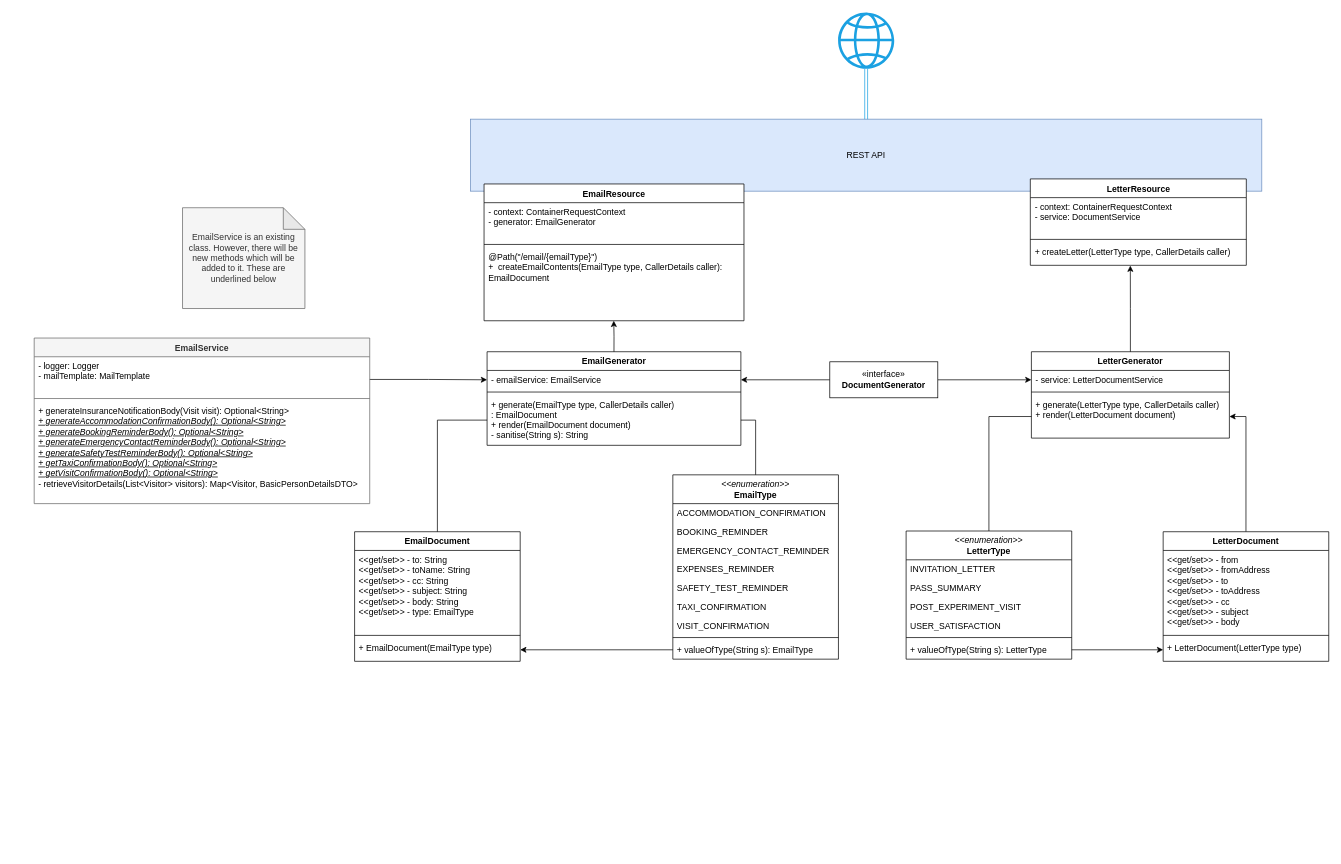
This is Document generation class diagram.drawio from ambolt314/FinalProjectDesign, a draw.io file, before an edit. Source tidied: cells renumbered, new cells numbered last; positions are measured from the earlier drawing's top-left corner, leaving out a move shared by most shapes. Both pictures are drawn from the tidied source at 72%, with x=0, y=0 at pixel (34, 12).
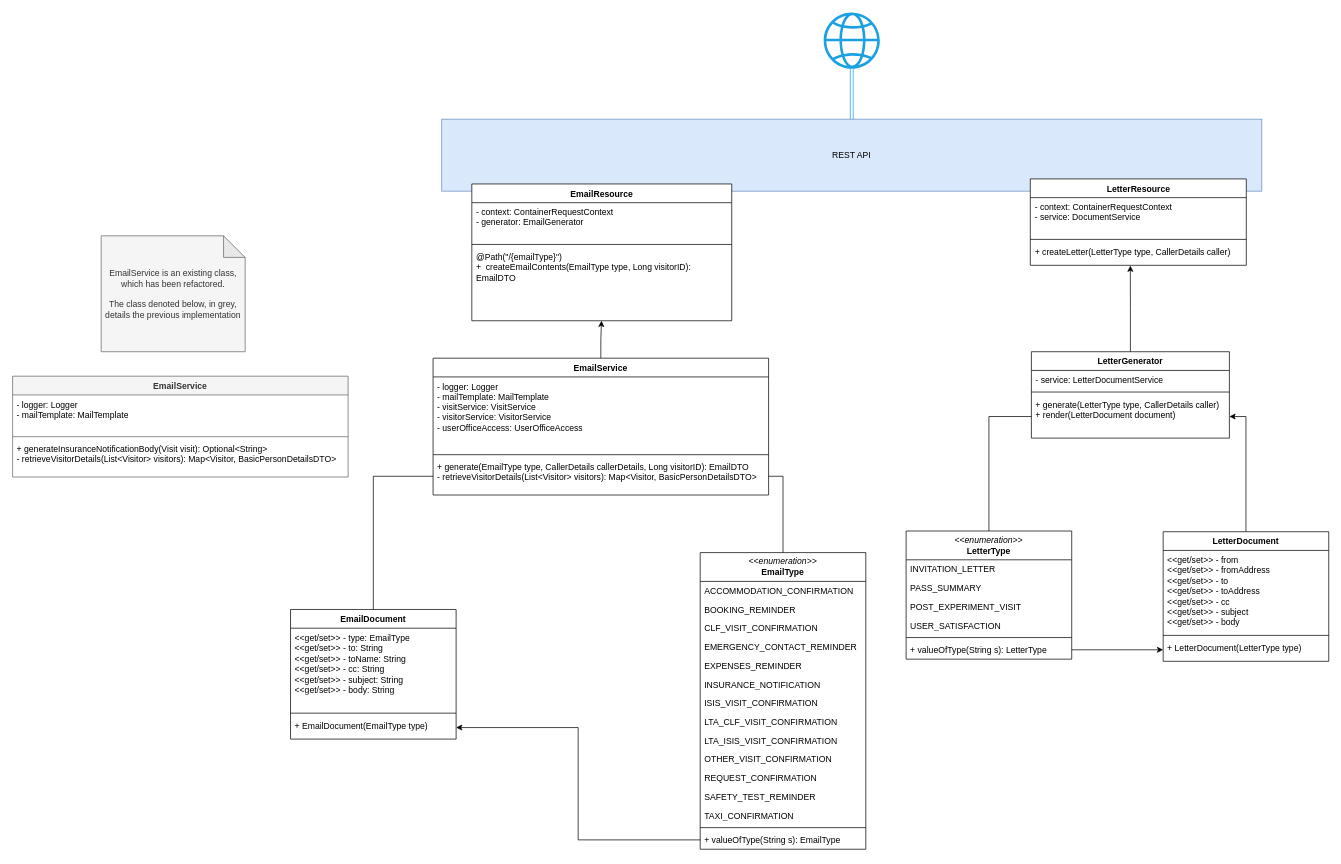
Above is the later version.

Commit message:
Updated email design

The change refers to these unchanged cells:
```xml
<mxCell id="10" value="+ EmailDocument(EmailType type)" style="text;strokeColor=none;fillColor=none;align=left;verticalAlign=top;spacingLeft=4;spacingRight=4;overflow=hidden;points=[[0,0.5],[1,0.5]];portConstraint=eastwest;whiteSpace=wrap;html=1;" parent="7" vertex="1">
  <mxGeometry y="148" width="230" height="32" as="geometry" />
</mxCell>
<mxCell id="48" value="- service: LetterDocumentService" style="text;strokeColor=none;fillColor=none;align=left;verticalAlign=top;spacingLeft=4;spacingRight=4;overflow=hidden;points=[[0,0.5],[1,0.5]];portConstraint=eastwest;whiteSpace=wrap;html=1;" parent="47" vertex="1">
  <mxGeometry y="26" width="275" height="26" as="geometry" />
</mxCell>
```

Diff of the diagram source:
```diff
@@
     <mxCell id="2" value="REST API" style="html=1;whiteSpace=wrap;fillColor=#dae8fc;strokeColor=#6c8ebf;" parent="1" vertex="1">
-      <mxGeometry x="606" y="148" width="1099" height="100" as="geometry" />
+      <mxGeometry x="566" y="148" width="1139" height="100" as="geometry" />
     </mxCell>
     <mxCell id="3" value="EmailResource" style="swimlane;fontStyle=1;align=center;verticalAlign=top;horizontal=1;startSize=26;whiteSpace=wrap;html=1;" parent="1" vertex="1">
-      <mxGeometry x="624.8" y="238" width="361" height="190" as="geometry" />
+      <mxGeometry x="607.8" y="238" width="361" height="190" as="geometry" />
     </mxCell>
@@
-    <mxCell id="6" value="&lt;div&gt;@Path(&quot;/email/{emailType}&quot;)&lt;/div&gt;&lt;div&gt;+&amp;nbsp; createEmailContents(EmailType type, CallerDetails caller): EmailDocument&lt;/div&gt;" style="text;strokeColor=none;fillColor=none;align=left;verticalAlign=top;spacingLeft=4;spacingRight=4;overflow=hidden;points=[[0,0.5],[1,0.5]];portConstraint=eastwest;whiteSpace=wrap;html=1;" parent="3" vertex="1">
+    <mxCell id="6" value="&lt;div&gt;@Path(&quot;/{emailType}&quot;)&lt;/div&gt;&lt;div&gt;+&amp;nbsp; createEmailContents(EmailType type, Long visitorID): EmailDTO&lt;/div&gt;" style="text;strokeColor=none;fillColor=none;align=left;verticalAlign=top;spacingLeft=4;spacingRight=4;overflow=hidden;points=[[0,0.5],[1,0.5]];portConstraint=eastwest;whiteSpace=wrap;html=1;" parent="3" vertex="1">
       <mxGeometry y="88" width="361" height="102" as="geometry" />
     </mxCell>
     <mxCell id="7" value="EmailDocument" style="swimlane;fontStyle=1;align=center;verticalAlign=top;horizontal=1;startSize=26;whiteSpace=wrap;html=1;" parent="1" vertex="1">
-      <mxGeometry x="445" y="721" width="230" height="180" as="geometry" />
+      <mxGeometry x="356" y="829" width="230" height="180" as="geometry" />
     </mxCell>
-    <mxCell id="8" value="&lt;div&gt;&amp;lt;&amp;lt;get/set&amp;gt;&amp;gt; - to: String&lt;br&gt;&lt;/div&gt;&lt;div&gt;&amp;lt;&amp;lt;get/set&amp;gt;&amp;gt; - toName: String&lt;br&gt;&lt;/div&gt;&lt;div&gt;&amp;lt;&amp;lt;get/set&amp;gt;&amp;gt; - cc: String&lt;br&gt;&lt;/div&gt;&lt;div&gt;&amp;lt;&amp;lt;get/set&amp;gt;&amp;gt; - subject: String&lt;br&gt;&lt;/div&gt;&lt;div&gt;&amp;lt;&amp;lt;get/set&amp;gt;&amp;gt; - body: String&lt;br&gt;&lt;/div&gt;&lt;div&gt;&amp;lt;&amp;lt;get/set&amp;gt;&amp;gt; - type: EmailType&lt;br&gt;&lt;/div&gt;" style="text;strokeColor=none;fillColor=none;align=left;verticalAlign=top;spacingLeft=4;spacingRight=4;overflow=hidden;whiteSpace=wrap;html=1;" parent="7" vertex="1">
+    <mxCell id="8" value="&lt;div&gt;&amp;lt;&amp;lt;get/set&amp;gt;&amp;gt; - type: EmailType&lt;/div&gt;&lt;div&gt;&amp;lt;&amp;lt;get/set&amp;gt;&amp;gt; - to: String&lt;br&gt;&lt;/div&gt;&lt;div&gt;&amp;lt;&amp;lt;get/set&amp;gt;&amp;gt; - toName: String&lt;br&gt;&lt;/div&gt;&lt;div&gt;&amp;lt;&amp;lt;get/set&amp;gt;&amp;gt; - cc: String&lt;br&gt;&lt;/div&gt;&lt;div&gt;&amp;lt;&amp;lt;get/set&amp;gt;&amp;gt; - subject: String&lt;br&gt;&lt;/div&gt;&lt;div&gt;&amp;lt;&amp;lt;get/set&amp;gt;&amp;gt; - body: String&lt;/div&gt;" style="text;strokeColor=none;fillColor=none;align=left;verticalAlign=top;spacingLeft=4;spacingRight=4;overflow=hidden;whiteSpace=wrap;html=1;" parent="7" vertex="1">
       <mxGeometry y="26" width="230" height="114" as="geometry" />
     </mxCell>
@@
-    <mxCell id="11" style="edgeStyle=orthogonalEdgeStyle;rounded=0;jettySize=auto;html=1;entryX=0;entryY=0.5;entryDx=0;entryDy=0;exitX=0.5;exitY=0;exitDx=0;exitDy=0;startArrow=none;startFill=0;endArrow=none;endFill=0;" parent="1" edge="1" source="7" target="46">
+    <mxCell id="11" style="edgeStyle=orthogonalEdgeStyle;rounded=0;jettySize=auto;html=1;entryX=0;entryY=0.5;entryDx=0;entryDy=0;exitX=0.5;exitY=0;exitDx=0;exitDy=0;startArrow=none;startFill=0;endArrow=none;endFill=0;" parent="1" edge="1" source="7" target="73">
       <mxGeometry relative="1" as="geometry" />
     </mxCell>
@@
     <mxCell id="13" style="sketch=0;outlineConnect=0;fillColor=#1BA1E2;strokeColor=#006EAF;dashed=0;verticalLabelPosition=bottom;verticalAlign=top;align=center;html=1;fontSize=12;fontStyle=0;shape=mxgraph.aws4.globe;fontColor=#ffffff;" parent="1" vertex="1">
-      <mxGeometry x="1116.5" width="78" height="78" as="geometry" />
+      <mxGeometry x="1096.5" width="78" height="78" as="geometry" />
     </mxCell>
-    <mxCell id="14" style="edgeStyle=orthogonalEdgeStyle;rounded=0;jettySize=auto;html=1;endArrow=none;endFill=0;" parent="1" edge="1" source="15" target="46">
+    <mxCell id="14" style="edgeStyle=orthogonalEdgeStyle;rounded=0;jettySize=auto;html=1;endArrow=none;endFill=0;entryX=1;entryY=0.5;entryDx=0;entryDy=0;" parent="1" edge="1" source="15" target="73">
       <mxGeometry relative="1" as="geometry" />
     </mxCell>
     <mxCell id="15" value="&lt;div&gt;&lt;i&gt;&amp;lt;&amp;lt;enumeration&amp;gt;&amp;gt;&lt;/i&gt;&lt;/div&gt;&lt;div&gt;&lt;b&gt;EmailType&lt;/b&gt;&lt;br&gt;&lt;/div&gt;" style="swimlane;fontStyle=0;horizontal=1;startSize=40;fillColor=none;whiteSpace=wrap;html=1;" parent="1" vertex="1">
-      <mxGeometry x="887" y="642" width="230" height="256" as="geometry" />
+      <mxGeometry x="925" y="750" width="230" height="412" as="geometry" />
     </mxCell>
@@
+    <mxCell id="63" value="CLF_VISIT_CONFIRMATION" style="text;strokeColor=none;fillColor=none;align=left;verticalAlign=top;spacingLeft=4;spacingRight=4;overflow=hidden;whiteSpace=wrap;html=1;" parent="15" vertex="1">
+      <mxGeometry y="92" width="230" height="26" as="geometry" />
+    </mxCell>
     <mxCell id="18" value="EMERGENCY_CONTACT_REMINDER" style="text;strokeColor=none;fillColor=none;align=left;verticalAlign=top;spacingLeft=4;spacingRight=4;overflow=hidden;whiteSpace=wrap;html=1;" parent="15" vertex="1">
-      <mxGeometry y="92" width="230" height="26" as="geometry" />
+      <mxGeometry y="118" width="230" height="26" as="geometry" />
     </mxCell>
     <mxCell id="19" value="EXPENSES_REMINDER" style="text;strokeColor=none;fillColor=none;align=left;verticalAlign=top;spacingLeft=4;spacingRight=4;overflow=hidden;whiteSpace=wrap;html=1;" parent="15" vertex="1">
-      <mxGeometry y="118" width="230" height="26" as="geometry" />
+      <mxGeometry y="144" width="230" height="26" as="geometry" />
     </mxCell>
+    <mxCell id="64" value="INSURANCE_NOTIFICATION" style="text;strokeColor=none;fillColor=none;align=left;verticalAlign=top;spacingLeft=4;spacingRight=4;overflow=hidden;whiteSpace=wrap;html=1;" parent="15" vertex="1">
+      <mxGeometry y="170" width="230" height="26" as="geometry" />
+    </mxCell>
+    <mxCell id="65" value="ISIS_VISIT_CONFIRMATION" style="text;strokeColor=none;fillColor=none;align=left;verticalAlign=top;spacingLeft=4;spacingRight=4;overflow=hidden;whiteSpace=wrap;html=1;" parent="15" vertex="1">
+      <mxGeometry y="196" width="230" height="26" as="geometry" />
+    </mxCell>
+    <mxCell id="66" value="LTA_CLF_VISIT_CONFIRMATION" style="text;strokeColor=none;fillColor=none;align=left;verticalAlign=top;spacingLeft=4;spacingRight=4;overflow=hidden;whiteSpace=wrap;html=1;" parent="15" vertex="1">
+      <mxGeometry y="222" width="230" height="26" as="geometry" />
+    </mxCell>
+    <mxCell id="67" value="LTA_ISIS_VISIT_CONFIRMATION" style="text;strokeColor=none;fillColor=none;align=left;verticalAlign=top;spacingLeft=4;spacingRight=4;overflow=hidden;whiteSpace=wrap;html=1;" parent="15" vertex="1">
+      <mxGeometry y="248" width="230" height="26" as="geometry" />
+    </mxCell>
+    <mxCell id="68" value="OTHER_VISIT_CONFIRMATION" style="text;strokeColor=none;fillColor=none;align=left;verticalAlign=top;spacingLeft=4;spacingRight=4;overflow=hidden;whiteSpace=wrap;html=1;" parent="15" vertex="1">
+      <mxGeometry y="274" width="230" height="26" as="geometry" />
+    </mxCell>
+    <mxCell id="69" value="REQUEST_CONFIRMATION" style="text;strokeColor=none;fillColor=none;align=left;verticalAlign=top;spacingLeft=4;spacingRight=4;overflow=hidden;whiteSpace=wrap;html=1;" parent="15" vertex="1">
+      <mxGeometry y="300" width="230" height="26" as="geometry" />
+    </mxCell>
     <mxCell id="20" value="SAFETY_TEST_REMINDER" style="text;strokeColor=none;fillColor=none;align=left;verticalAlign=top;spacingLeft=4;spacingRight=4;overflow=hidden;whiteSpace=wrap;html=1;" parent="15" vertex="1">
-      <mxGeometry y="144" width="230" height="26" as="geometry" />
+      <mxGeometry y="326" width="230" height="26" as="geometry" />
     </mxCell>
     <mxCell id="21" value="TAXI_CONFIRMATION" style="text;strokeColor=none;fillColor=none;align=left;verticalAlign=top;spacingLeft=4;spacingRight=4;overflow=hidden;whiteSpace=wrap;html=1;" parent="15" vertex="1">
-      <mxGeometry y="170" width="230" height="26" as="geometry" />
+      <mxGeometry y="352" width="230" height="26" as="geometry" />
     </mxCell>
-    <mxCell id="22" value="VISIT_CONFIRMATION" style="text;strokeColor=none;fillColor=none;align=left;verticalAlign=top;spacingLeft=4;spacingRight=4;overflow=hidden;whiteSpace=wrap;html=1;" parent="15" vertex="1">
-      <mxGeometry y="196" width="230" height="26" as="geometry" />
-    </mxCell>
     <mxCell id="23" style="line;strokeWidth=1;fillColor=none;align=left;verticalAlign=middle;spacingTop=-1;spacingLeft=3;spacingRight=3;labelPosition=right;strokeColor=inherit;" parent="15" vertex="1">
-      <mxGeometry y="222" width="230" height="8" as="geometry" />
+      <mxGeometry y="378" width="230" height="8" as="geometry" />
     </mxCell>
     <mxCell id="24" value="+ valueOfType(String s): EmailType" style="text;strokeColor=none;fillColor=none;align=left;verticalAlign=top;spacingLeft=4;spacingRight=4;overflow=hidden;points=[[0,0.5],[1,0.5]];portConstraint=eastwest;whiteSpace=wrap;html=1;" parent="15" vertex="1">
-      <mxGeometry y="230" width="230" height="26" as="geometry" />
+      <mxGeometry y="386" width="230" height="26" as="geometry" />
     </mxCell>
@@
-    <mxCell id="43" value="EmailGenerator" style="swimlane;fontStyle=1;align=center;verticalAlign=top;horizontal=1;startSize=26;whiteSpace=wrap;html=1;" parent="1" vertex="1">
-      <mxGeometry x="629" y="471" width="352.5" height="130" as="geometry" />
-    </mxCell>
-    <mxCell id="44" value="- emailService: EmailService" style="text;strokeColor=none;fillColor=none;align=left;verticalAlign=top;spacingLeft=4;spacingRight=4;overflow=hidden;points=[[0,0.5],[1,0.5]];portConstraint=eastwest;whiteSpace=wrap;html=1;" parent="43" vertex="1">
-      <mxGeometry y="26" width="352.5" height="26" as="geometry" />
-    </mxCell>
-    <mxCell id="45" style="line;strokeWidth=1;fillColor=none;align=left;verticalAlign=middle;spacingTop=-1;spacingLeft=3;spacingRight=3;labelPosition=right;strokeColor=inherit;" parent="43" vertex="1">
-      <mxGeometry y="52" width="352.5" height="8" as="geometry" />
-    </mxCell>
-    <mxCell id="46" value="&lt;div&gt;+ generate(EmailType type, CallerDetails caller)&lt;br&gt;&lt;/div&gt;&lt;div&gt;: EmailDocument&lt;/div&gt;&lt;div&gt;+ render(EmailDocument document)&lt;/div&gt;&lt;div&gt;- sanitise(String s): String&lt;br&gt;&lt;/div&gt;" style="text;strokeColor=none;fillColor=none;align=left;verticalAlign=top;spacingLeft=4;spacingRight=4;overflow=hidden;points=[[0,0.5],[1,0.5]];portConstraint=eastwest;whiteSpace=wrap;html=1;" parent="43" vertex="1">
-      <mxGeometry y="60" width="352.5" height="70" as="geometry" />
-    </mxCell>
@@
-    <mxCell id="51" style="edgeStyle=orthogonalEdgeStyle;rounded=0;jettySize=auto;html=1;exitX=0.5;exitY=0;exitDx=0;exitDy=0;entryX=0.499;entryY=1;entryDx=0;entryDy=0;entryPerimeter=0;" parent="1" edge="1" source="43" target="6">
+    <mxCell id="51" style="edgeStyle=orthogonalEdgeStyle;rounded=0;jettySize=auto;html=1;exitX=0.5;exitY=0;exitDx=0;exitDy=0;entryX=0.499;entryY=1;entryDx=0;entryDy=0;entryPerimeter=0;" parent="1" edge="1" source="70" target="6">
       <mxGeometry relative="1" as="geometry" />
     </mxCell>
-    <mxCell id="52" style="edgeStyle=orthogonalEdgeStyle;rounded=0;jettySize=auto;html=1;exitX=1;exitY=0.25;exitDx=0;exitDy=0;entryX=0;entryY=0.5;entryDx=0;entryDy=0;" parent="1" edge="1" source="53" target="44">
-      <mxGeometry relative="1" as="geometry" />
-    </mxCell>
     <mxCell id="53" value="EmailService" style="swimlane;fontStyle=1;align=center;verticalAlign=top;horizontal=1;startSize=26;whiteSpace=wrap;html=1;fillColor=#f5f5f5;fontColor=#333333;strokeColor=#666666;" parent="1" vertex="1">
-      <mxGeometry y="452" width="466" height="230" as="geometry" />
+      <mxGeometry x="-30" y="505" width="466" height="140" as="geometry" />
     </mxCell>
@@
-    <mxCell id="56" value="&lt;div&gt;+ generateInsuranceNotificationBody(Visit visit): Optional&amp;lt;String&amp;gt;&lt;/div&gt;&lt;div&gt;&lt;u&gt;&lt;i&gt;+ generateAccommodationConfirmationBody(): Optional&amp;lt;String&amp;gt;&lt;/i&gt;&lt;/u&gt;&lt;/div&gt;&lt;div&gt;&lt;u&gt;&lt;i&gt;+ generateBookingReminderBody(): Optional&amp;lt;String&amp;gt;&lt;/i&gt;&lt;/u&gt;&lt;/div&gt;&lt;div&gt;&lt;u&gt;&lt;i&gt;+ generateEmergencyContactReminderBody(): Optional&amp;lt;String&amp;gt;&lt;/i&gt;&lt;/u&gt;&lt;/div&gt;&lt;div&gt;&lt;u&gt;&lt;i&gt;+ generateSafetyTestReminderBody(): Optional&amp;lt;String&amp;gt;&lt;/i&gt;&lt;/u&gt;&lt;/div&gt;&lt;div&gt;&lt;u&gt;&lt;i&gt;+ getTaxiConfirmationBody(): Optional&amp;lt;String&amp;gt;&lt;/i&gt;&lt;/u&gt;&lt;/div&gt;&lt;div&gt;&lt;u&gt;&lt;i&gt;+ getVisitConfirmationBody(): Optional&amp;lt;String&amp;gt;&lt;/i&gt;&lt;/u&gt;&lt;br&gt;&lt;/div&gt;&lt;div&gt;- retrieveVisitorDetails(List&amp;lt;Visitor&amp;gt; visitors): Map&amp;lt;Visitor, BasicPersonDetailsDTO&amp;gt;&lt;br&gt; &lt;/div&gt;&lt;div&gt;&lt;br&gt;&lt;/div&gt;" style="text;strokeColor=none;fillColor=none;align=left;verticalAlign=top;spacingLeft=4;spacingRight=4;overflow=hidden;whiteSpace=wrap;html=1;" parent="53" vertex="1">
-      <mxGeometry y="88" width="466" height="142" as="geometry" />
+    <mxCell id="56" value="&lt;div&gt;+ generateInsuranceNotificationBody(Visit visit): Optional&amp;lt;String&amp;gt;&lt;/div&gt;&lt;div&gt;- retrieveVisitorDetails(List&amp;lt;Visitor&amp;gt; visitors): Map&amp;lt;Visitor, BasicPersonDetailsDTO&amp;gt;&lt;br&gt; &lt;/div&gt;&lt;div&gt;&lt;br&gt;&lt;/div&gt;" style="text;strokeColor=none;fillColor=none;align=left;verticalAlign=top;spacingLeft=4;spacingRight=4;overflow=hidden;whiteSpace=wrap;html=1;" parent="53" vertex="1">
+      <mxGeometry y="88" width="466" height="52" as="geometry" />
     </mxCell>
-    <mxCell id="57" value="EmailService is an existing class. However, there will be new methods which will be added to it. These are underlined below" style="shape=note;whiteSpace=wrap;html=1;backgroundOutline=1;darkOpacity=0.05;fillColor=#f5f5f5;fontColor=#333333;strokeColor=#666666;" parent="1" vertex="1">
-      <mxGeometry x="206" y="271" width="170" height="140" as="geometry" />
+    <mxCell id="57" value="&lt;div&gt;EmailService is an existing class, which has been refactored.&lt;/div&gt;&lt;div&gt;&lt;br&gt;&lt;/div&gt;&lt;div&gt;The class denoted below, in grey, details the previous implementation&lt;br&gt;&lt;/div&gt;" style="shape=note;whiteSpace=wrap;html=1;backgroundOutline=1;darkOpacity=0.05;fillColor=#f5f5f5;fontColor=#333333;strokeColor=#666666;" parent="1" vertex="1">
+      <mxGeometry x="93" y="310" width="200" height="161" as="geometry" />
     </mxCell>
-    <mxCell id="58" style="edgeStyle=orthogonalEdgeStyle;rounded=0;jettySize=auto;html=1;entryX=1;entryY=0.5;entryDx=0;entryDy=0;" parent="1" edge="1" source="60" target="44">
-      <mxGeometry relative="1" as="geometry" />
-    </mxCell>
-    <mxCell id="59" style="edgeStyle=orthogonalEdgeStyle;rounded=0;jettySize=auto;html=1;entryX=0;entryY=0.5;entryDx=0;entryDy=0;exitX=1;exitY=0.5;exitDx=0;exitDy=0;" parent="1" edge="1" source="60" target="48">
-      <mxGeometry relative="1" as="geometry" />
-    </mxCell>
-    <mxCell id="60" value="«interface»&lt;br&gt;&lt;b&gt;DocumentGenerator&lt;/b&gt;" style="html=1;whiteSpace=wrap;" parent="1" vertex="1">
-      <mxGeometry x="1105" y="485" width="150" height="50" as="geometry" />
-    </mxCell>
@@
-    <mxCell id="62" style="edgeStyle=orthogonalEdgeStyle;rounded=0;jettySize=auto;html=1;startArrow=classic;startFill=1;endArrow=none;endFill=0;" parent="1" edge="1" source="10" target="24">
+    <mxCell id="62" style="edgeStyle=orthogonalEdgeStyle;rounded=0;jettySize=auto;html=1;startArrow=classic;startFill=1;endArrow=none;endFill=0;exitX=1;exitY=0.5;exitDx=0;exitDy=0;entryX=0;entryY=0.5;entryDx=0;entryDy=0;" parent="1" edge="1" source="10" target="24">
       <mxGeometry relative="1" as="geometry" />
     </mxCell>
+    <mxCell id="70" value="EmailService" style="swimlane;fontStyle=1;align=center;verticalAlign=top;horizontal=1;startSize=26;whiteSpace=wrap;html=1;" parent="1" vertex="1">
+      <mxGeometry x="554" y="480" width="466" height="190" as="geometry" />
+    </mxCell>
+    <mxCell id="71" value="&lt;div&gt;- logger: Logger&lt;/div&gt;&lt;div&gt;- mailTemplate: MailTemplate&lt;br&gt;&lt;/div&gt;&lt;div&gt;- visitService: VisitService&lt;/div&gt;&lt;div&gt;- visitorService: VisitorService&lt;br&gt;&lt;/div&gt;&lt;div&gt;- userOfficeAccess: UserOfficeAccess&lt;br&gt;&lt;/div&gt;" style="text;strokeColor=none;fillColor=none;align=left;verticalAlign=top;spacingLeft=4;spacingRight=4;overflow=hidden;whiteSpace=wrap;html=1;" parent="70" vertex="1">
+      <mxGeometry y="26" width="466" height="104" as="geometry" />
+    </mxCell>
+    <mxCell id="72" style="line;strokeWidth=1;fillColor=none;align=left;verticalAlign=middle;spacingTop=-1;spacingLeft=3;spacingRight=3;labelPosition=right;strokeColor=inherit;" parent="70" vertex="1">
+      <mxGeometry y="130" width="466" height="8" as="geometry" />
+    </mxCell>
+    <mxCell id="73" value="&lt;div&gt;+ generate(EmailType type, CallerDetails callerDetails, Long visitorID): EmailDTO&lt;/div&gt;&lt;div&gt;- retrieveVisitorDetails(List&amp;lt;Visitor&amp;gt; visitors): Map&amp;lt;Visitor, BasicPersonDetailsDTO&amp;gt;&lt;br&gt; &lt;/div&gt;&lt;div&gt;&lt;br&gt;&lt;/div&gt;" style="text;strokeColor=none;fillColor=none;align=left;verticalAlign=top;spacingLeft=4;spacingRight=4;overflow=hidden;points=[[0,0.5],[1,0.5]];portConstraint=eastwest;whiteSpace=wrap;html=1;" parent="70" vertex="1">
+      <mxGeometry y="138" width="466" height="52" as="geometry" />
+    </mxCell>
```
